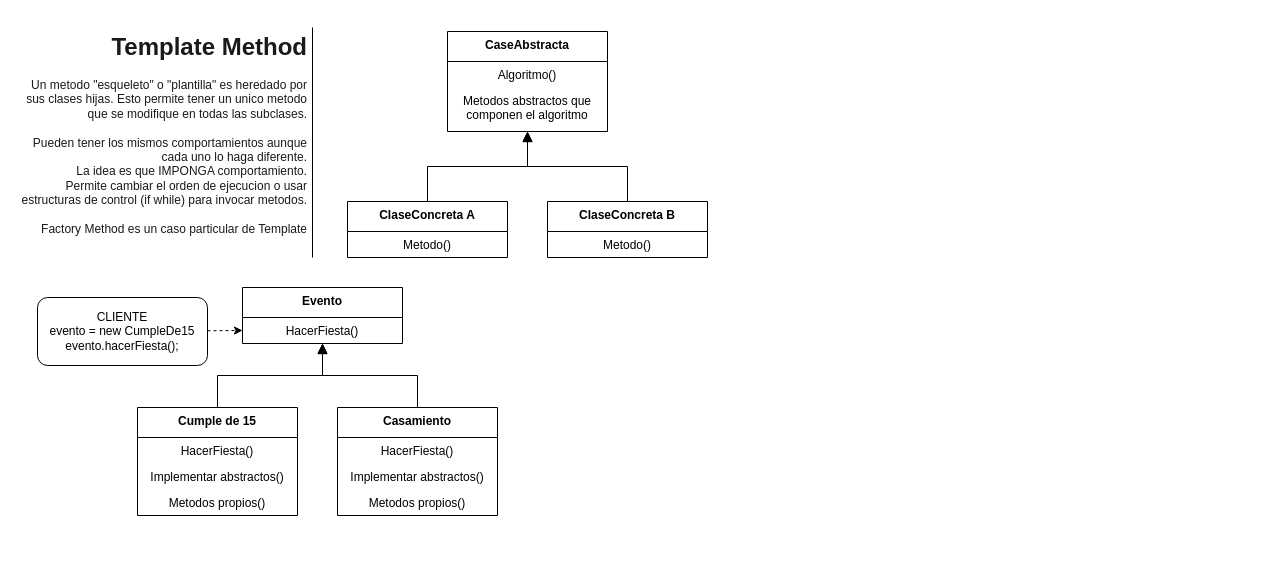
Before: page "6 Template Method" (2 of 2) of Clase6.drawio in veroyols/I3007_patrones_de_disenio, a draw.io diagram. Source tidied: cells renumbered, new cells numbered last; positions are measured from the earlier drawing's top-left corner, leaving out a move shared by most shapes. Both pictures are drawn from the tidied source at 100%, with x=0, y=0 at pixel (17, 27).
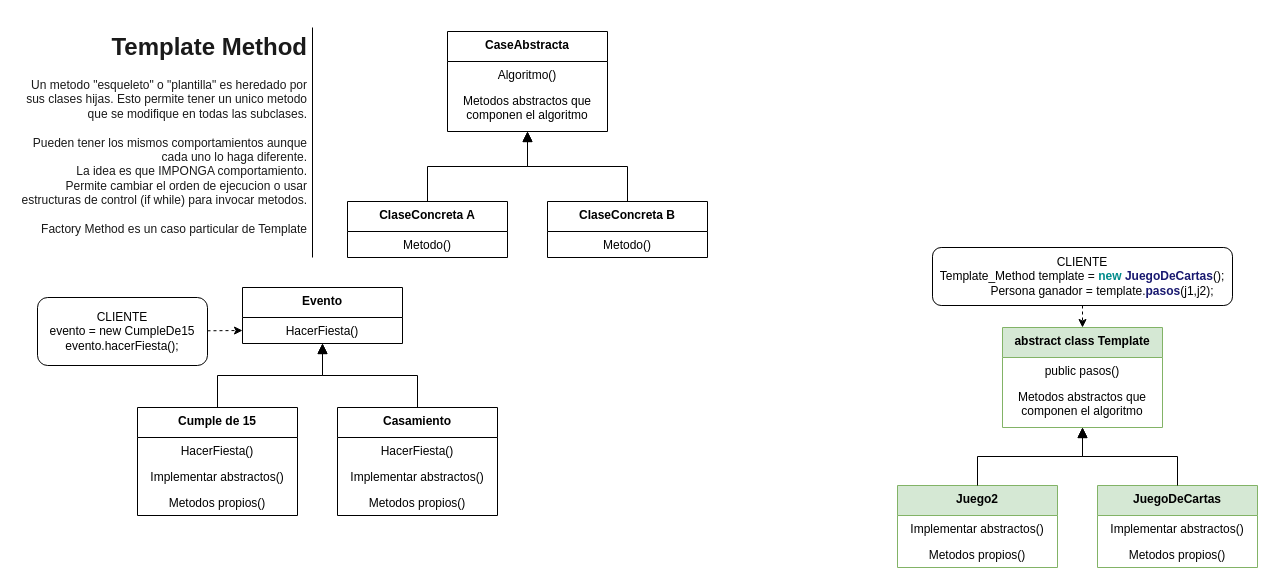
After the change.

The edit, as a diff of the source:
```diff
@@
+    <mxCell id="27" value="abstract class Template" style="swimlane;fontStyle=1;align=center;verticalAlign=top;horizontal=1;startSize=30;fillColor=#d5e8d4;strokeColor=#82b366;" parent="1" vertex="1">
+      <mxGeometry x="985" y="300" width="160" height="100" as="geometry" />
+    </mxCell>
+    <mxCell id="28" value="public pasos()" style="text;strokeColor=none;fillColor=none;align=center;verticalAlign=top;spacingLeft=4;spacingRight=4;overflow=hidden;" parent="27" vertex="1">
+      <mxGeometry y="30" width="160" height="26" as="geometry" />
+    </mxCell>
+    <mxCell id="29" value="Metodos abstractos que &#10;componen el algoritmo" style="text;strokeColor=none;fillColor=none;align=center;verticalAlign=top;spacingLeft=4;spacingRight=4;overflow=hidden;" parent="27" vertex="1">
+      <mxGeometry y="56" width="160" height="44" as="geometry" />
+    </mxCell>
+    <mxCell id="30" value="JuegoDeCartas" style="swimlane;fontStyle=1;align=center;verticalAlign=top;horizontal=1;startSize=30;fillColor=#d5e8d4;strokeColor=#82b366;" parent="1" vertex="1">
+      <mxGeometry x="1080" y="458" width="160" height="82" as="geometry" />
+    </mxCell>
+    <mxCell id="31" value="Implementar abstractos()" style="text;strokeColor=none;fillColor=none;align=center;verticalAlign=top;spacingLeft=4;spacingRight=4;overflow=hidden;" parent="30" vertex="1">
+      <mxGeometry y="30" width="160" height="26" as="geometry" />
+    </mxCell>
+    <mxCell id="32" value="Metodos propios()" style="text;strokeColor=none;fillColor=none;align=center;verticalAlign=top;spacingLeft=4;spacingRight=4;overflow=hidden;" parent="30" vertex="1">
+      <mxGeometry y="56" width="160" height="26" as="geometry" />
+    </mxCell>
+    <mxCell id="33" style="endArrow=block;html=1;endFill=1;endSize=8;edgeStyle=orthogonalEdgeStyle;rounded=0;" parent="1" edge="1" source="30" target="27">
+      <mxGeometry relative="1" as="geometry" />
+    </mxCell>
+    <mxCell id="34" value="Juego2" style="swimlane;fontStyle=1;align=center;verticalAlign=top;horizontal=1;startSize=30;fillColor=#d5e8d4;strokeColor=#82b366;" parent="1" vertex="1">
+      <mxGeometry x="880" y="458" width="160" height="82" as="geometry" />
+    </mxCell>
+    <mxCell id="35" value="Implementar abstractos()" style="text;strokeColor=none;fillColor=none;align=center;verticalAlign=top;spacingLeft=4;spacingRight=4;overflow=hidden;" parent="34" vertex="1">
+      <mxGeometry y="30" width="160" height="26" as="geometry" />
+    </mxCell>
+    <mxCell id="36" value="Metodos propios()" style="text;strokeColor=none;fillColor=none;align=center;verticalAlign=top;spacingLeft=4;spacingRight=4;overflow=hidden;" parent="34" vertex="1">
+      <mxGeometry y="56" width="160" height="26" as="geometry" />
+    </mxCell>
+    <mxCell id="37" style="endArrow=block;html=1;endFill=1;endSize=8;edgeStyle=orthogonalEdgeStyle;rounded=0;exitX=0.5;exitY=0;exitDx=0;exitDy=0;" parent="1" edge="1" source="34" target="27">
+      <mxGeometry relative="1" as="geometry" />
+    </mxCell>
+    <mxCell id="38" value="CLIENTE&lt;br&gt;&lt;div style=&quot;text-align: left&quot;&gt;&lt;span&gt;Template_Method template =&amp;nbsp;&lt;/span&gt;&lt;span style=&quot;color: rgb(0 , 139 , 139) ; font-weight: bold&quot;&gt;new&lt;/span&gt;&lt;span&gt;&amp;nbsp;&lt;/span&gt;&lt;span style=&quot;color: rgb(25 , 25 , 112) ; font-weight: bold&quot;&gt;JuegoDeCartas&lt;/span&gt;&lt;span&gt;();&lt;/span&gt;&lt;/div&gt;&amp;nbsp;&amp;nbsp;&amp;nbsp;&amp;nbsp;&amp;nbsp;&amp;nbsp;&amp;nbsp;&amp;nbsp;&amp;nbsp;&amp;nbsp;&amp;nbsp;&amp;nbsp;Persona ganador = template.&lt;span style=&quot;color: #191970 ; font-weight: bold&quot;&gt;pasos&lt;/span&gt;(j1,j2);" style="rounded=1;whiteSpace=wrap;html=1;align=center;" parent="1" vertex="1">
+      <mxGeometry x="915" y="220" width="300" height="58" as="geometry" />
+    </mxCell>
+    <mxCell id="39" style="endArrow=classic;html=1;dashed=1;edgeStyle=orthogonalEdgeStyle;entryX=0.5;entryY=0;entryDx=0;entryDy=0;rounded=0;" parent="1" edge="1" source="38" target="27">
+      <mxGeometry relative="1" as="geometry">
+        <Array as="points">
+          <mxPoint x="1065" y="270" />
+          <mxPoint x="1065" y="270" />
+        </Array>
+      </mxGeometry>
+    </mxCell>
```
